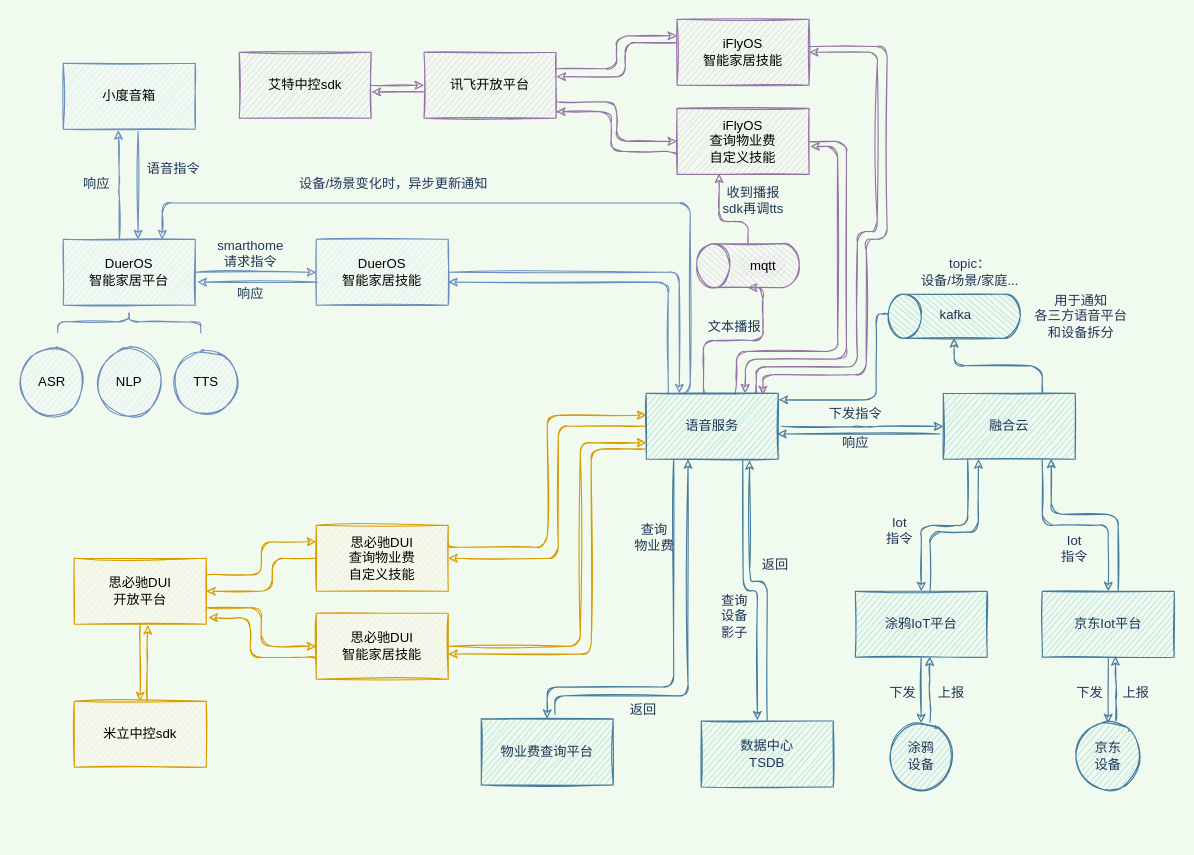
Earlier version of the draw.io diagram page "技能流程图" (1 of 4) of juan/businessDrawioAndXmindDemo/语音.drawio (linzlb/Linzlb_Seehope). Source tidied: cells renumbered, new cells numbered last; positions are measured from the earlier drawing's top-left corner, leaving out a move shared by most shapes. Both pictures are drawn from the tidied source at 110%, with x=0, y=0 at pixel (19, 19).
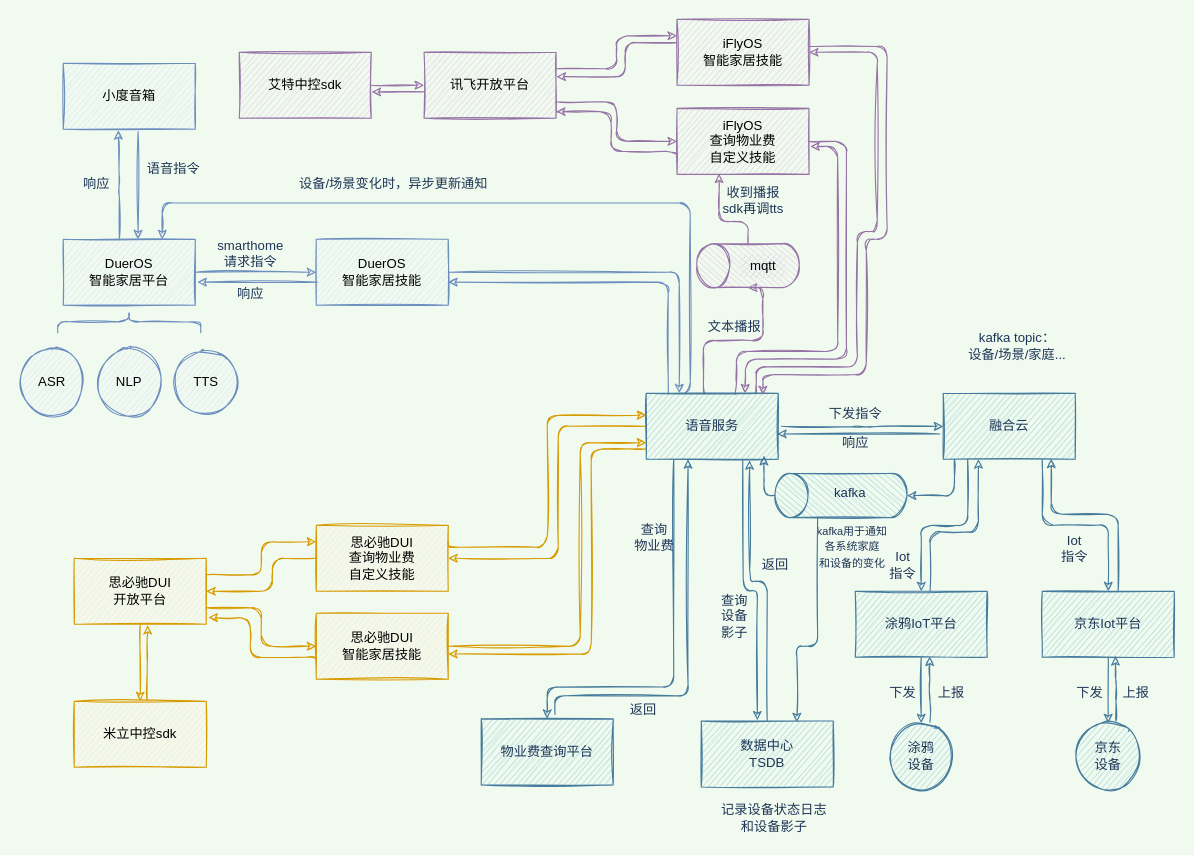
The same diagram, later.

Commit message (it also covers changes not shown here):
Linzlb#V1.8_msg:更新语音内容

The change refers to these unchanged cells:
```xml
<mxCell id="11" value="语音服务" style="rounded=0;whiteSpace=wrap;html=1;fontColor=#1D3557;strokeColor=#457B9D;fillColor=#A8DADC;sketch=1;" parent="1" vertex="1">
  <mxGeometry x="570" y="340" width="120" height="60" as="geometry" />
</mxCell>
<mxCell id="42" value="融合云" style="rounded=0;whiteSpace=wrap;html=1;fontColor=#1D3557;strokeColor=#457B9D;fillColor=#A8DADC;sketch=1;" parent="1" vertex="1">
  <mxGeometry x="840" y="340" width="120" height="60" as="geometry" />
</mxCell>
<mxCell id="90" value="数据中心&lt;br&gt;TSDB" style="rounded=0;whiteSpace=wrap;html=1;fontColor=#1D3557;strokeColor=#457B9D;fillColor=#A8DADC;sketch=1;" parent="1" vertex="1">
  <mxGeometry x="620" y="638" width="120" height="60" as="geometry" />
</mxCell>
```

What changed in the source:
```diff
@@
-    <mxCell id="41" style="edgeStyle=orthogonalEdgeStyle;curved=0;rounded=1;jettySize=auto;html=1;exitX=0.75;exitY=0;exitDx=0;exitDy=0;entryX=0;entryY=0.5;entryDx=0;entryDy=0;entryPerimeter=0;fontColor=#1D3557;strokeColor=#457B9D;fillColor=#A8DADC;labelBackgroundColor=#F1FAEE;sketch=1;" parent="1" edge="1" source="42" target="82">
-      <mxGeometry relative="1" as="geometry" />
-    </mxCell>
@@
     <mxCell id="55" value="Iot&lt;br&gt;指令" style="text;html=1;align=center;verticalAlign=middle;strokeColor=none;fontColor=#1D3557;sketch=1;" parent="1" vertex="1">
-      <mxGeometry x="780" y="450" width="40" height="30" as="geometry" />
+      <mxGeometry x="783" y="481" width="40" height="30" as="geometry" />
     </mxCell>
@@
-    <mxCell id="81" style="edgeStyle=orthogonalEdgeStyle;curved=0;rounded=1;jettySize=auto;html=1;exitX=0.5;exitY=0;exitDx=0;exitDy=0;exitPerimeter=0;fontColor=#1D3557;strokeColor=#457B9D;fillColor=#A8DADC;entryX=1.003;entryY=0.1;entryDx=0;entryDy=0;entryPerimeter=0;labelBackgroundColor=#F1FAEE;sketch=1;" parent="1" edge="1" source="82" target="11">
-      <mxGeometry relative="1" as="geometry">
-        <Array as="points">
-          <mxPoint x="790" y="268" />
-          <mxPoint x="779" y="268" />
-          <mxPoint x="779" y="346" />
-        </Array>
-      </mxGeometry>
-    </mxCell>
     <mxCell id="82" style="shape=cylinder3;whiteSpace=wrap;html=1;boundedLbl=1;backgroundOutline=1;size=15;rounded=0;fontColor=#1D3557;strokeColor=#457B9D;fillColor=#A8DADC;rotation=-90;sketch=1;" parent="1" vertex="1">
-      <mxGeometry x="830" y="210" width="40" height="120" as="geometry" />
+      <mxGeometry x="727" y="373" width="40" height="120" as="geometry" />
     </mxCell>
     <mxCell id="83" value="kafka" style="text;html=1;align=center;verticalAlign=middle;strokeColor=none;fontColor=#1D3557;sketch=1;" parent="1" vertex="1">
-      <mxGeometry x="831" y="260" width="39" height="18" as="geometry" />
+      <mxGeometry x="735" y="422" width="39" height="18" as="geometry" />
     </mxCell>
-    <mxCell id="84" value="topic：&lt;br&gt;设备/场景/家庭..." style="text;html=1;align=center;verticalAlign=middle;strokeColor=none;fontColor=#1D3557;sketch=1;" parent="1" vertex="1">
-      <mxGeometry x="814" y="214" width="99" height="32" as="geometry" />
+    <mxCell id="84" value="kafka topic：&lt;br&gt;设备/场景/家庭..." style="text;html=1;align=center;verticalAlign=middle;strokeColor=none;fontColor=#1D3557;sketch=1;" parent="1" vertex="1">
+      <mxGeometry x="857" y="281" width="99" height="32" as="geometry" />
     </mxCell>
-    <mxCell id="85" value="用于通知&lt;br&gt;各三方语音平台&lt;br&gt;和设备拆分" style="text;html=1;align=center;verticalAlign=middle;points=[];strokeColor=none;fontColor=#1D3557;sketch=1;" parent="1" vertex="1">
-      <mxGeometry x="918" y="247" width="94" height="46" as="geometry" />
+    <mxCell id="85" value="&lt;font style=&quot;font-size: 10px&quot;&gt;kafka用于通知&lt;br&gt;各系统家庭&lt;br&gt;和设备的变化&lt;/font&gt;" style="text;html=1;align=center;verticalAlign=middle;points=[];strokeColor=none;fontColor=#1D3557;sketch=1;" parent="1" vertex="1">
+      <mxGeometry x="720" y="456" width="74" height="46" as="geometry" />
     </mxCell>
@@
+    <mxCell id="95" style="edgeStyle=orthogonalEdgeStyle;rounded=1;jettySize=auto;html=1;exitX=0.078;exitY=-0.051;exitDx=0;exitDy=0;entryX=0.725;entryY=0.017;entryDx=0;entryDy=0;fontColor=#1D3557;strokeColor=#457B9D;fillColor=#A8DADC;exitPerimeter=0;labelBackgroundColor=#F1FAEE;sketch=1;entryPerimeter=0;" parent="1" edge="1" source="85" target="90">
+      <mxGeometry relative="1" as="geometry" />
+    </mxCell>
+    <mxCell id="41" style="edgeStyle=orthogonalEdgeStyle;rounded=1;jettySize=auto;html=1;exitX=0.084;exitY=0.998;exitDx=0;exitDy=0;entryX=0.5;entryY=1;entryDx=0;entryDy=0;fontColor=#1D3557;strokeColor=#457B9D;fillColor=#A8DADC;exitPerimeter=0;labelBackgroundColor=#F1FAEE;sketch=1;entryPerimeter=0;" parent="1" edge="1" source="42" target="82">
+      <mxGeometry relative="1" as="geometry" />
+    </mxCell>
+    <mxCell id="96" style="edgeStyle=orthogonalEdgeStyle;rounded=1;jettySize=auto;html=1;fontColor=#1D3557;strokeColor=#457B9D;fillColor=#A8DADC;labelBackgroundColor=#F1FAEE;sketch=1;" parent="1" edge="1" source="82">
+      <mxGeometry relative="1" as="geometry">
+        <mxPoint x="677" y="397" as="targetPoint" />
+        <Array as="points">
+          <mxPoint x="677" y="433" />
+        </Array>
+      </mxGeometry>
+    </mxCell>
+    <mxCell id="97" value="记录设备状态日志&lt;br&gt;和设备影子" style="text;html=1;align=center;verticalAlign=middle;strokeColor=none;fontColor=#1D3557;sketch=1;" parent="1" vertex="1">
+      <mxGeometry x="633" y="710" width="106" height="32" as="geometry" />
+    </mxCell>
```
